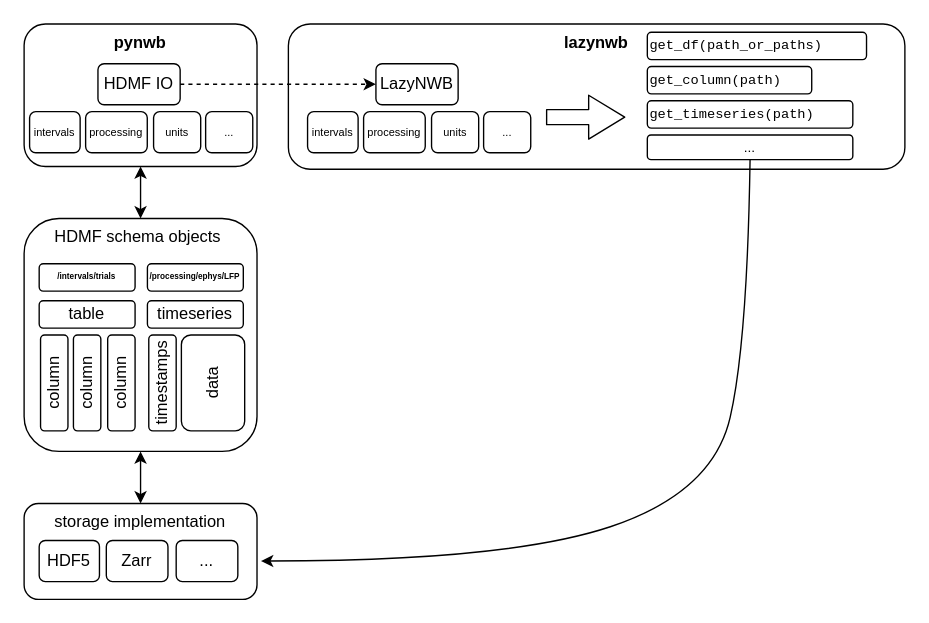
bjhardcastle/lazynwb keeps this draw.io diagram as overview.drawio. Above is the earlier version. Source tidied: cells renumbered, new cells numbered last; positions are measured from the earlier drawing's top-left corner, leaving out a move shared by most shapes. Both pictures are drawn from the tidied source at 137%, with x=0, y=0 at pixel (5, 23).
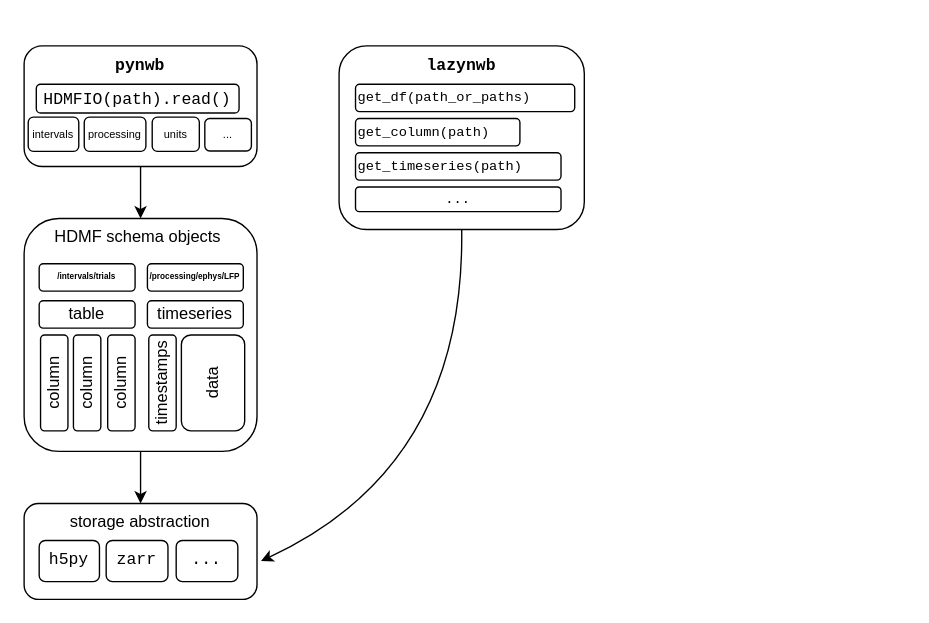
After the change.

The change refers to these unchanged cells:
```xml
<mxCell id="5" value="HDMF schema objects&amp;nbsp;" style="rounded=1;whiteSpace=wrap;html=1;verticalAlign=top;" parent="1" vertex="1">
  <mxGeometry x="13.1" y="142" width="170" height="170" as="geometry" />
</mxCell>
```

What changed in the source:
```diff
@@
-    <mxCell id="2" value="storage implementation" style="rounded=1;whiteSpace=wrap;html=1;verticalAlign=top;" parent="1" vertex="1">
+    <mxCell id="2" value="storage abstraction" style="rounded=1;whiteSpace=wrap;html=1;verticalAlign=top;" parent="1" vertex="1">
       <mxGeometry x="13.1" y="350" width="170" height="70" as="geometry" />
     </mxCell>
-    <mxCell id="3" value="HDF5" style="rounded=1;whiteSpace=wrap;html=1;" parent="1" vertex="1">
+    <mxCell id="3" value="h5py" style="rounded=1;whiteSpace=wrap;html=1;fontFamily=Courier New;" parent="1" vertex="1">
       <mxGeometry x="24.1" y="377" width="44" height="30" as="geometry" />
     </mxCell>
-    <mxCell id="4" value="Zarr" style="rounded=1;whiteSpace=wrap;html=1;" parent="1" vertex="1">
-      <mxGeometry x="73.1" y="377" width="45" height="30" as="geometry" />
+    <mxCell id="4" value="zarr" style="rounded=1;whiteSpace=wrap;html=1;fontFamily=Courier New;" parent="1" vertex="1">
+      <mxGeometry x="73" y="377" width="45.1" height="30" as="geometry" />
     </mxCell>
@@
-    <mxCell id="13" value="..." style="rounded=1;whiteSpace=wrap;html=1;" parent="1" vertex="1">
+    <mxCell id="13" value="..." style="rounded=1;whiteSpace=wrap;html=1;fontFamily=Courier New;" parent="1" vertex="1">
       <mxGeometry x="124.1" y="377" width="45" height="30" as="geometry" />
     </mxCell>
@@
-    <mxCell id="16" value="&lt;b&gt;pynwb&lt;/b&gt;" style="rounded=1;whiteSpace=wrap;html=1;verticalAlign=top;" parent="1" vertex="1">
-      <mxGeometry x="13.1" width="170" height="104" as="geometry" />
+    <mxCell id="16" value="&lt;b&gt;&lt;font face=&quot;Courier New&quot;&gt;pynwb&lt;/font&gt;&lt;/b&gt;" style="rounded=1;whiteSpace=wrap;html=1;verticalAlign=top;" parent="1" vertex="1">
+      <mxGeometry x="13.1" y="16" width="170" height="88" as="geometry" />
     </mxCell>
-    <mxCell id="17" value="HDMF IO" style="rounded=1;whiteSpace=wrap;html=1;" parent="1" vertex="1">
-      <mxGeometry x="67" y="29" width="60" height="30" as="geometry" />
+    <mxCell id="17" value="&lt;font face=&quot;Courier New&quot;&gt;HDMFIO(path).read()&lt;/font&gt;" style="rounded=1;whiteSpace=wrap;html=1;" parent="1" vertex="1">
+      <mxGeometry x="22" y="44" width="148" height="21" as="geometry" />
     </mxCell>
     <mxCell id="18" value="intervals" style="rounded=1;whiteSpace=wrap;html=1;fontSize=8;" parent="1" vertex="1">
-      <mxGeometry x="17.1" y="64" width="36.9" height="30" as="geometry" />
+      <mxGeometry x="16.1" y="68" width="36.9" height="25" as="geometry" />
     </mxCell>
     <mxCell id="19" value="processing" style="rounded=1;whiteSpace=wrap;html=1;fontSize=8;" parent="1" vertex="1">
-      <mxGeometry x="58" y="64" width="45" height="30" as="geometry" />
+      <mxGeometry x="57" y="68" width="45" height="25" as="geometry" />
     </mxCell>
     <mxCell id="20" value="units" style="rounded=1;whiteSpace=wrap;html=1;fontSize=8;" parent="1" vertex="1">
-      <mxGeometry x="107.6" y="64" width="34.4" height="30" as="geometry" />
+      <mxGeometry x="106.6" y="68" width="34.4" height="25" as="geometry" />
     </mxCell>
     <mxCell id="21" value="..." style="rounded=1;whiteSpace=wrap;html=1;fontSize=8;" parent="1" vertex="1">
-      <mxGeometry x="145.6" y="64" width="34.4" height="30" as="geometry" />
+      <mxGeometry x="145" y="69" width="34" height="23.7" as="geometry" />
     </mxCell>
-    <mxCell id="22" style="endArrow=classic;startArrow=classic;html=1;entryX=0.5;entryY=1;entryDx=0;entryDy=0;exitX=0.5;exitY=0;exitDx=0;exitDy=0;" parent="1" edge="1" source="5" target="16">
+    <mxCell id="22" style="endArrow=none;startArrow=classic;html=1;entryX=0.5;entryY=1;entryDx=0;entryDy=0;exitX=0.5;exitY=0;exitDx=0;exitDy=0;endFill=0;" parent="1" edge="1" source="5" target="16">
       <mxGeometry relative="1" as="geometry" />
     </mxCell>
-    <mxCell id="23" style="endArrow=classic;startArrow=classic;html=1;entryX=0.5;entryY=1;entryDx=0;entryDy=0;exitX=0.5;exitY=0;exitDx=0;exitDy=0;" parent="1" edge="1" source="2" target="5">
+    <mxCell id="23" style="endArrow=none;startArrow=classic;html=1;entryX=0.5;entryY=1;entryDx=0;entryDy=0;exitX=0.5;exitY=0;exitDx=0;exitDy=0;endFill=0;" parent="1" edge="1" source="2" target="5">
       <mxGeometry relative="1" as="geometry" />
     </mxCell>
-    <mxCell id="24" value="&lt;b&gt;lazynwb&lt;/b&gt;" style="rounded=1;whiteSpace=wrap;html=1;verticalAlign=top;" parent="1" vertex="1">
-      <mxGeometry x="206" width="450" height="106" as="geometry" />
+    <mxCell id="24" value="&lt;b&gt;&lt;font face=&quot;Courier New&quot;&gt;lazynwb&lt;/font&gt;&lt;/b&gt;" style="rounded=1;whiteSpace=wrap;html=1;verticalAlign=top;" parent="1" vertex="1">
+      <mxGeometry x="243" y="16" width="179" height="134" as="geometry" />
     </mxCell>
-    <mxCell id="25" value="LazyNWB" style="rounded=1;whiteSpace=wrap;html=1;" parent="1" vertex="1">
-      <mxGeometry x="269.9" y="29" width="60" height="30" as="geometry" />
-    </mxCell>
-    <mxCell id="26" value="intervals" style="rounded=1;whiteSpace=wrap;html=1;fontSize=8;" parent="1" vertex="1">
-      <mxGeometry x="220" y="64" width="36.9" height="30" as="geometry" />
-    </mxCell>
-    <mxCell id="27" value="processing" style="rounded=1;whiteSpace=wrap;html=1;fontSize=8;" parent="1" vertex="1">
-      <mxGeometry x="260.9" y="64" width="45" height="30" as="geometry" />
-    </mxCell>
-    <mxCell id="28" value="units" style="rounded=1;whiteSpace=wrap;html=1;fontSize=8;" parent="1" vertex="1">
-      <mxGeometry x="310.5" y="64" width="34.4" height="30" as="geometry" />
-    </mxCell>
-    <mxCell id="29" value="..." style="rounded=1;whiteSpace=wrap;html=1;fontSize=8;" parent="1" vertex="1">
-      <mxGeometry x="348.5" y="64" width="34.4" height="30" as="geometry" />
-    </mxCell>
-    <mxCell id="30" style="curved=1;endArrow=classic;html=1;exitX=0.5;exitY=1;exitDx=0;exitDy=0;" parent="1" edge="1" source="35">
+    <mxCell id="30" style="curved=1;endArrow=classic;html=1;exitX=0.5;exitY=1;exitDx=0;exitDy=0;" parent="1" edge="1" source="24">
       <mxGeometry relative="1" as="geometry">
         <mxPoint x="186" y="392" as="targetPoint" />
         <Array as="points">
-          <mxPoint x="541" y="232" />
-          <mxPoint x="516" y="342" />
-          <mxPoint x="366" y="392" />
+          <mxPoint x="335" y="323" />
         </Array>
       </mxGeometry>
     </mxCell>
-    <mxCell id="31" style="endArrow=classic;html=1;dashed=1;exitX=1;exitY=0.5;exitDx=0;exitDy=0;entryX=0;entryY=0.5;entryDx=0;entryDy=0;" parent="1" edge="1" source="17" target="25">
-      <mxGeometry relative="1" as="geometry" />
-    </mxCell>
     <mxCell id="32" value="get_df(path_or_paths)" style="rounded=1;whiteSpace=wrap;html=1;align=left;fontFamily=Courier New;fontSize=10;" parent="1" vertex="1">
-      <mxGeometry x="468" y="6" width="160" height="20" as="geometry" />
+      <mxGeometry x="255" y="44" width="160" height="20" as="geometry" />
     </mxCell>
     <mxCell id="33" value="get_column(path)" style="rounded=1;whiteSpace=wrap;html=1;align=left;fontFamily=Courier New;fontSize=10;" parent="1" vertex="1">
-      <mxGeometry x="468" y="31" width="120" height="20" as="geometry" />
+      <mxGeometry x="255" y="69" width="120" height="20" as="geometry" />
     </mxCell>
     <mxCell id="34" value="get_timeseries(path)" style="rounded=1;whiteSpace=wrap;html=1;align=left;fontFamily=Courier New;fontSize=10;" parent="1" vertex="1">
-      <mxGeometry x="468" y="56" width="150" height="20" as="geometry" />
+      <mxGeometry x="255" y="94" width="150" height="20" as="geometry" />
     </mxCell>
-    <mxCell id="35" value="..." style="rounded=1;whiteSpace=wrap;html=1;fontSize=10;align=center;" parent="1" vertex="1">
-      <mxGeometry x="468" y="81" width="150" height="18" as="geometry" />
+    <mxCell id="35" value="..." style="rounded=1;whiteSpace=wrap;html=1;fontSize=10;align=center;fontFamily=Courier New;" parent="1" vertex="1">
+      <mxGeometry x="255" y="119" width="150" height="18" as="geometry" />
     </mxCell>
-    <mxCell id="36" style="shape=flexArrow;endArrow=classic;html=1;width=11;endSize=8.44;" parent="1" edge="1">
-      <mxGeometry relative="1" as="geometry">
-        <mxPoint x="394" y="68" as="sourcePoint" />
-        <mxPoint x="452" y="68" as="targetPoint" />
-      </mxGeometry>
-    </mxCell>
```
